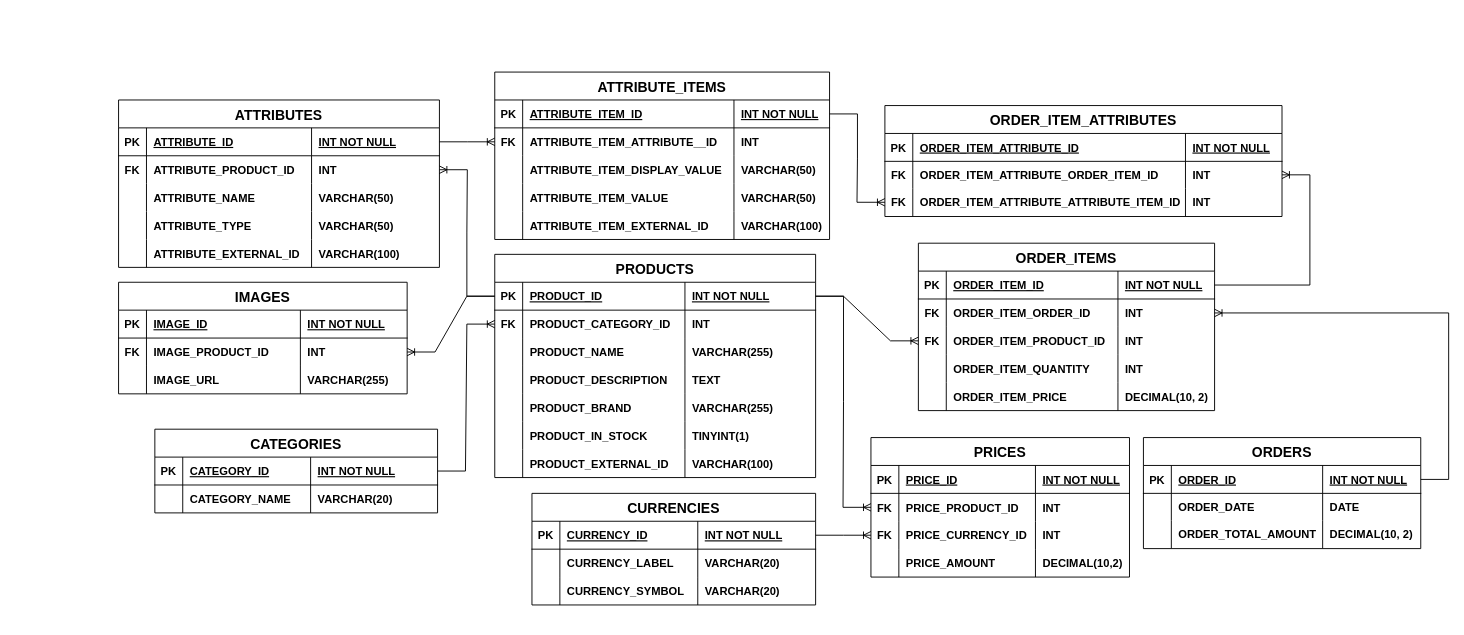
Before: src/Database/3NF_Model/Products_3NF.drawio in GiorgiEz/eCommerceWebsite, a draw.io diagram. Source tidied: cells renumbered, new cells numbered last; positions are measured from the earlier drawing's top-left corner, leaving out a move shared by most shapes. Both pictures are drawn from the tidied source at 93%, with x=0, y=0 at pixel (118, 72).
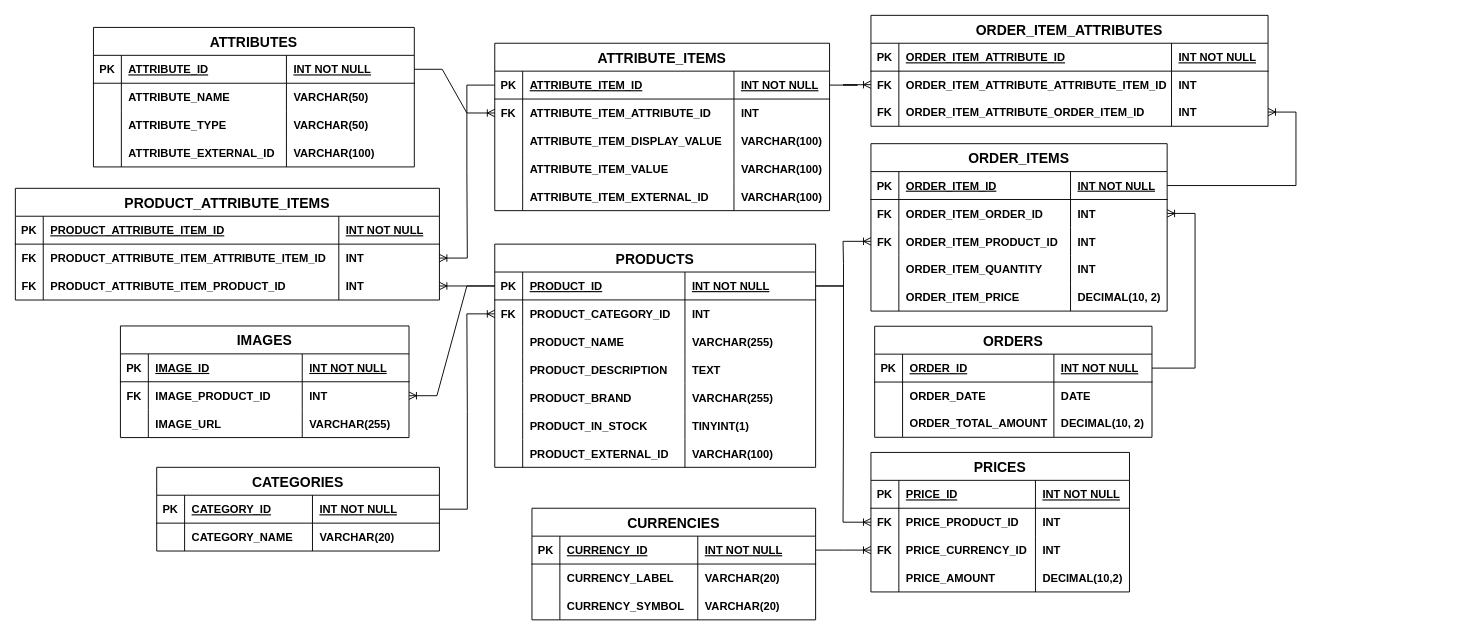
Above is the later version.

Commit message:
Added attribute_items and products bridge table, for full normalization

Unchanged cells that the change refers to:
```xml
<mxCell id="12" style="shape=partialRectangle;fillColor=none;points=[[0,0.5],[1,0.5]];portConstraint=eastwest;top=0;left=0;right=0;bottom=1;" parent="11" vertex="1">
  <mxGeometry y="30" width="345" height="30" as="geometry" />
</mxCell>
<mxCell id="109" style="shape=partialRectangle;fillColor=none;points=[[0,0.5],[1,0.5]];portConstraint=eastwest;top=0;left=0;right=0;bottom=1;" parent="108" vertex="1">
  <mxGeometry y="30" width="360" height="30" as="geometry" />
</mxCell>
<mxCell id="113" style="shape=tableRow;horizontal=0;startSize=0;swimlaneHead=0;swimlaneBody=0;fillColor=none;points=[[0,0.5],[1,0.5]];portConstraint=eastwest;top=0;left=0;right=0;bottom=0;" parent="108" vertex="1">
  <mxGeometry y="60" width="360" height="30" as="geometry" />
</mxCell>
<mxCell id="117" style="shape=partialRectangle;fillColor=none;top=0;left=0;right=0;bottom=0;" parent="108" vertex="1">
  <mxGeometry y="90" width="360" height="30" as="geometry" />
</mxCell>
<mxCell id="121" style="shape=partialRectangle;fillColor=none;top=0;left=0;right=0;bottom=0;" parent="108" vertex="1">
  <mxGeometry y="120" width="360" height="30" as="geometry" />
</mxCell>
<mxCell id="132" style="shape=partialRectangle;fillColor=none;points=[[0,0.5],[1,0.5]];portConstraint=eastwest;top=0;left=0;right=0;bottom=1;" parent="131" vertex="1">
  <mxGeometry y="30" width="318.5" height="30" as="geometry" />
</mxCell>
<mxCell id="172" style="shape=tableRow;horizontal=0;startSize=0;swimlaneHead=0;swimlaneBody=0;fillColor=none;points=[[0,0.5],[1,0.5]];portConstraint=eastwest;top=0;left=0;right=0;bottom=0;" parent="167" vertex="1">
  <mxGeometry y="60" width="427" height="29" as="geometry" />
</mxCell>
<mxCell id="176" style="shape=partialRectangle;fillColor=none;points=[[0,0.5],[1,0.5]];portConstraint=eastwest;top=0;left=0;right=0;bottom=0;" parent="167" vertex="1">
  <mxGeometry y="89" width="427" height="30" as="geometry" />
</mxCell>
```

Diff of the diagram source:
```diff
@@
     <mxCell id="2" value="CATEGORIES" style="shape=table;startSize=30;childLayout=tableLayout;rowLines=0;fontStyle=1;align=center;fontSize=15;" parent="1" vertex="1">
-      <mxGeometry x="39" y="384" width="304" height="90" as="geometry" />
+      <mxGeometry x="41" y="425" width="304" height="90" as="geometry" />
     </mxCell>
@@
     <mxCell id="11" value="PRODUCTS" style="shape=table;startSize=30;childLayout=tableLayout;rowLines=0;fontStyle=1;align=center;fontSize=15;" parent="1" vertex="1">
-      <mxGeometry x="404.5" y="196" width="345" height="240" as="geometry" />
+      <mxGeometry x="404.5" y="185" width="345" height="240" as="geometry" />
     </mxCell>
@@
     <mxCell id="41" value="IMAGES" style="shape=table;startSize=30;childLayout=tableLayout;rowLines=0;fontStyle=1;align=center;fontSize=15;" parent="1" vertex="1">
-      <mxGeometry y="226" width="310.3" height="120" as="geometry" />
+      <mxGeometry x="2" y="273" width="310.3" height="120" as="geometry" />
     </mxCell>
@@
     <mxCell id="55" value="CURRENCIES" style="shape=table;startSize=30;childLayout=tableLayout;rowLines=0;fontStyle=1;align=center;fontSize=15;" parent="1" vertex="1">
-      <mxGeometry x="444.5" y="453" width="305" height="120" as="geometry" />
+      <mxGeometry x="444.5" y="469" width="305" height="120" as="geometry" />
     </mxCell>
@@
     <mxCell id="68" value="PRICES" style="shape=table;startSize=30;childLayout=tableLayout;rowLines=0;fontStyle=1;align=center;fontSize=15;" parent="1" vertex="1">
-      <mxGeometry x="809" y="393" width="278" height="150" as="geometry" />
+      <mxGeometry x="809" y="409" width="278" height="150" as="geometry" />
     </mxCell>
@@
     <mxCell id="85" value="ATTRIBUTES" style="shape=table;startSize=30;childLayout=tableLayout;rowLines=0;fontStyle=1;align=center;fontSize=15;" parent="1" vertex="1">
-      <mxGeometry y="30" width="345" height="180" as="geometry" />
+      <mxGeometry x="-27" y="-48" width="345" height="150" as="geometry" />
     </mxCell>
@@
-    <mxCell id="90" style="shape=tableRow;horizontal=0;startSize=0;swimlaneHead=0;swimlaneBody=0;fillColor=none;points=[[0,0.5],[1,0.5]];portConstraint=eastwest;top=0;left=0;right=0;bottom=0;" parent="85" vertex="1">
-      <mxGeometry y="60" width="345" height="30" as="geometry" />
-    </mxCell>
-    <mxCell id="91" value="FK" style="shape=partialRectangle;fillColor=none;top=0;left=0;bottom=0;right=0;overflow=hidden;fontStyle=1;" parent="90" vertex="1">
-      <mxGeometry width="30" height="30" as="geometry" />
-    </mxCell>
-    <mxCell id="92" value="ATTRIBUTE_PRODUCT_ID" style="shape=partialRectangle;fillColor=none;top=0;left=0;bottom=0;right=0;align=left;spacingLeft=6;overflow=hidden;fontStyle=1;" parent="90" vertex="1">
-      <mxGeometry x="30" width="177.5" height="30" as="geometry" />
-    </mxCell>
-    <mxCell id="93" value="INT" style="shape=partialRectangle;fillColor=none;top=0;left=0;bottom=0;right=0;align=left;spacingLeft=6;overflow=hidden;fontStyle=1;" parent="90" vertex="1">
-      <mxGeometry x="207.5" width="137.5" height="30" as="geometry" />
-    </mxCell>
     <mxCell id="94" style="shape=partialRectangle;fillColor=none;top=0;left=0;right=0;bottom=0;" parent="85" vertex="1">
-      <mxGeometry y="90" width="345" height="30" as="geometry" />
+      <mxGeometry y="60" width="345" height="30" as="geometry" />
     </mxCell>
@@
     <mxCell id="98" style="shape=partialRectangle;fillColor=none;top=0;left=0;right=0;bottom=0;" parent="85" vertex="1">
-      <mxGeometry y="120" width="345" height="30" as="geometry" />
+      <mxGeometry y="90" width="345" height="30" as="geometry" />
     </mxCell>
@@
     <mxCell id="102" style="shape=partialRectangle;fillColor=none;top=0;left=0;right=0;bottom=0;" parent="85" vertex="1">
-      <mxGeometry y="150" width="345" height="30" as="geometry" />
+      <mxGeometry y="120" width="345" height="30" as="geometry" />
     </mxCell>
@@
-    <mxCell id="106" style="edgeStyle=entityRelationEdgeStyle;fontSize=12;html=1;endArrow=ERoneToMany;rounded=0;entryX=1;entryY=0.5;entryDx=0;entryDy=0;" parent="1" edge="1" source="12" target="90">
+    <mxCell id="106" style="edgeStyle=entityRelationEdgeStyle;fontSize=12;html=1;endArrow=ERoneToMany;rounded=0;" parent="1" edge="1" source="12" target="189">
       <mxGeometry relative="1" as="geometry" />
     </mxCell>
@@
     <mxCell id="108" value="ATTRIBUTE_ITEMS" style="shape=table;startSize=30;childLayout=tableLayout;rowLines=0;fontStyle=1;align=center;fontSize=15;" parent="1" vertex="1">
-      <mxGeometry x="404.5" width="360" height="180" as="geometry" />
+      <mxGeometry x="404.5" y="-31" width="360" height="180" as="geometry" />
     </mxCell>
@@
-    <mxCell id="115" value="ATTRIBUTE_ITEM_ATTRIBUTE__ID" style="shape=partialRectangle;fillColor=none;top=0;left=0;bottom=0;right=0;align=left;spacingLeft=6;overflow=hidden;fontStyle=1;" parent="113" vertex="1">
+    <mxCell id="115" value="ATTRIBUTE_ITEM_ATTRIBUTE_ID" style="shape=partialRectangle;fillColor=none;top=0;left=0;bottom=0;right=0;align=left;spacingLeft=6;overflow=hidden;fontStyle=1;" parent="113" vertex="1">
       <mxGeometry x="30" width="227.2" height="30" as="geometry" />
     </mxCell>
@@
-    <mxCell id="120" value="VARCHAR(50)" style="shape=partialRectangle;overflow=hidden;fillColor=none;top=0;left=0;bottom=0;right=0;align=left;spacingLeft=6;fontStyle=1;" parent="117" vertex="1">
+    <mxCell id="120" value="VARCHAR(100)" style="shape=partialRectangle;overflow=hidden;fillColor=none;top=0;left=0;bottom=0;right=0;align=left;spacingLeft=6;fontStyle=1;" parent="117" vertex="1">
       <mxGeometry x="257.2" width="102.8" height="30" as="geometry" />
     </mxCell>
@@
-    <mxCell id="124" value="VARCHAR(50)" style="shape=partialRectangle;overflow=hidden;fillColor=none;top=0;left=0;bottom=0;right=0;align=left;spacingLeft=6;fontStyle=1;" parent="121" vertex="1">
+    <mxCell id="124" value="VARCHAR(100)" style="shape=partialRectangle;overflow=hidden;fillColor=none;top=0;left=0;bottom=0;right=0;align=left;spacingLeft=6;fontStyle=1;" parent="121" vertex="1">
       <mxGeometry x="257.2" width="102.8" height="30" as="geometry" />
     </mxCell>
@@
     <mxCell id="131" value="ORDER_ITEMS" style="shape=table;startSize=30;childLayout=tableLayout;rowLines=0;fontStyle=1;align=center;fontSize=15;" parent="1" vertex="1">
-      <mxGeometry x="860" y="184" width="318.5" height="180" as="geometry" />
+      <mxGeometry x="809" y="77" width="318.5" height="180" as="geometry" />
     </mxCell>
@@
     <mxCell id="152" value="ORDERS" style="shape=table;startSize=30;childLayout=tableLayout;rowLines=0;fontStyle=1;align=center;fontSize=15;" parent="1" vertex="1">
-      <mxGeometry x="1102" y="393" width="298.2" height="119.4" as="geometry" />
+      <mxGeometry x="813" y="273.3" width="298.2" height="119.4" as="geometry" />
     </mxCell>
@@
     <mxCell id="167" value="ORDER_ITEM_ATTRIBUTES" style="shape=table;startSize=30;childLayout=tableLayout;rowLines=0;fontStyle=1;align=center;fontSize=15;" parent="1" vertex="1">
-      <mxGeometry x="824" y="36" width="427" height="119.3" as="geometry" />
+      <mxGeometry x="809" y="-61" width="427" height="119.3" as="geometry" />
     </mxCell>
@@
-    <mxCell id="174" value="ORDER_ITEM_ATTRIBUTE_ORDER_ITEM_ID" style="shape=partialRectangle;fillColor=none;top=0;left=0;bottom=0;right=0;align=left;spacingLeft=6;overflow=hidden;fontStyle=1;" parent="172" vertex="1">
+    <mxCell id="174" value="ORDER_ITEM_ATTRIBUTE_ATTRIBUTE_ITEM_ID" style="shape=partialRectangle;fillColor=none;top=0;left=0;bottom=0;right=0;align=left;spacingLeft=6;overflow=hidden;fontStyle=1;" parent="172" vertex="1">
       <mxGeometry x="30" width="293.2" height="29" as="geometry" />
     </mxCell>
@@
-    <mxCell id="178" value="ORDER_ITEM_ATTRIBUTE_ATTRIBUTE_ITEM_ID" style="shape=partialRectangle;overflow=hidden;fillColor=none;top=0;left=0;bottom=0;right=0;align=left;spacingLeft=6;fontStyle=1;" parent="176" vertex="1">
+    <mxCell id="178" value="ORDER_ITEM_ATTRIBUTE_ORDER_ITEM_ID" style="shape=partialRectangle;overflow=hidden;fillColor=none;top=0;left=0;bottom=0;right=0;align=left;spacingLeft=6;fontStyle=1;" parent="176" vertex="1">
       <mxGeometry x="30" width="293.2" height="30" as="geometry" />
     </mxCell>
@@
-    <mxCell id="180" style="edgeStyle=entityRelationEdgeStyle;fontSize=12;html=1;endArrow=ERoneToMany;rounded=0;" parent="1" edge="1" source="132" target="172">
-      <mxGeometry relative="1" as="geometry" />
-    </mxCell>
-    <mxCell id="181" style="edgeStyle=entityRelationEdgeStyle;fontSize=12;html=1;endArrow=ERoneToMany;rounded=0;" parent="1" edge="1" source="109" target="176">
+    <mxCell id="181" style="edgeStyle=entityRelationEdgeStyle;fontSize=12;html=1;endArrow=ERoneToMany;rounded=0;" parent="1" edge="1" source="109" target="172">
       <mxGeometry relative="1" as="geometry" />
     </mxCell>
+    <mxCell id="182" value="PRODUCT_ATTRIBUTE_ITEMS" style="shape=table;startSize=30;childLayout=tableLayout;rowLines=0;fontStyle=1;align=center;fontSize=15;" parent="1" vertex="1">
+      <mxGeometry x="-111" y="125" width="456" height="120.1" as="geometry" />
+    </mxCell>
+    <mxCell id="183" style="shape=partialRectangle;fillColor=none;top=0;left=0;right=0;bottom=1;" parent="182" vertex="1">
+      <mxGeometry y="30" width="456" height="30" as="geometry" />
+    </mxCell>
+    <mxCell id="184" value="PK" style="shape=partialRectangle;overflow=hidden;fillColor=none;top=0;left=0;bottom=0;right=0;fontStyle=1;" parent="183" vertex="1">
+      <mxGeometry width="30" height="30" as="geometry" />
+    </mxCell>
+    <mxCell id="185" value="PRODUCT_ATTRIBUTE_ITEM_ID" style="shape=partialRectangle;overflow=hidden;fillColor=none;top=0;left=0;bottom=0;right=0;align=left;spacingLeft=6;fontStyle=5;" parent="183" vertex="1">
+      <mxGeometry x="30" width="317.8" height="30" as="geometry" />
+    </mxCell>
+    <mxCell id="186" value="INT NOT NULL" style="shape=partialRectangle;overflow=hidden;fillColor=none;top=0;left=0;bottom=0;right=0;align=left;spacingLeft=6;fontStyle=5;" parent="183" vertex="1">
+      <mxGeometry x="347.8" width="108.2" height="30" as="geometry" />
+    </mxCell>
+    <mxCell id="187" style="shape=tableRow;horizontal=0;startSize=0;swimlaneHead=0;swimlaneBody=0;fillColor=none;points=[[0,0.5],[1,0.5]];portConstraint=eastwest;top=0;left=0;right=0;bottom=0;" parent="182" vertex="1">
+      <mxGeometry y="60" width="456" height="30" as="geometry" />
+    </mxCell>
+    <mxCell id="91" value="FK" style="shape=partialRectangle;fillColor=none;top=0;left=0;bottom=0;right=0;overflow=hidden;fontStyle=1;" parent="187" vertex="1">
+      <mxGeometry width="30" height="30" as="geometry" />
+    </mxCell>
+    <mxCell id="188" value="PRODUCT_ATTRIBUTE_ITEM_ATTRIBUTE_ITEM_ID" style="shape=partialRectangle;fillColor=none;top=0;left=0;bottom=0;right=0;align=left;spacingLeft=6;overflow=hidden;fontStyle=1;" parent="187" vertex="1">
+      <mxGeometry x="30" width="317.8" height="30" as="geometry" />
+    </mxCell>
+    <mxCell id="93" value="INT" style="shape=partialRectangle;fillColor=none;top=0;left=0;bottom=0;right=0;align=left;spacingLeft=6;overflow=hidden;fontStyle=1;" parent="187" vertex="1">
+      <mxGeometry x="347.8" width="108.2" height="30" as="geometry" />
+    </mxCell>
+    <mxCell id="189" style="shape=partialRectangle;fillColor=none;points=[[0,0.5],[1,0.5]];portConstraint=eastwest;top=0;left=0;right=0;bottom=0;" parent="182" vertex="1">
+      <mxGeometry y="90" width="456" height="30" as="geometry" />
+    </mxCell>
+    <mxCell id="190" value="FK" style="shape=partialRectangle;overflow=hidden;fillColor=none;top=0;left=0;bottom=0;right=0;fontStyle=1;" parent="189" vertex="1">
+      <mxGeometry width="30" height="30" as="geometry" />
+    </mxCell>
+    <mxCell id="191" value="PRODUCT_ATTRIBUTE_ITEM_PRODUCT_ID" style="shape=partialRectangle;overflow=hidden;fillColor=none;top=0;left=0;bottom=0;right=0;align=left;spacingLeft=6;fontStyle=1;" parent="189" vertex="1">
+      <mxGeometry x="30" width="317.8" height="30" as="geometry" />
+    </mxCell>
+    <mxCell id="192" value="INT" style="shape=partialRectangle;overflow=hidden;fillColor=none;top=0;left=0;bottom=0;right=0;align=left;spacingLeft=6;fontStyle=1;" parent="189" vertex="1">
+      <mxGeometry x="347.8" width="108.2" height="30" as="geometry" />
+    </mxCell>
+    <mxCell id="193" style="edgeStyle=entityRelationEdgeStyle;fontSize=12;html=1;endArrow=ERoneToMany;rounded=0;exitX=0;exitY=0.5;exitDx=0;exitDy=0;" parent="1" edge="1" source="109" target="187">
+      <mxGeometry relative="1" as="geometry" />
+    </mxCell>
+    <mxCell id="194" style="edgeStyle=entityRelationEdgeStyle;fontSize=12;html=1;endArrow=ERoneToMany;rounded=0;" parent="1" edge="1" source="132" target="176">
+      <mxGeometry relative="1" as="geometry" />
+    </mxCell>
```
